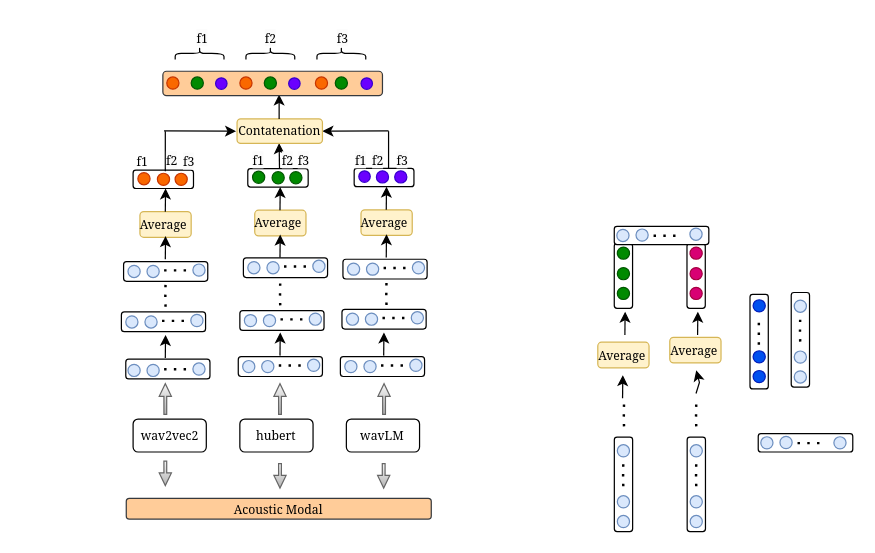
papasega/Applied-Deep-Learning keeps this draw.io diagram as Trimodal_Fluency_sslmodel.drawio. Above is the earlier version. Source tidied: cells renumbered, new cells numbered last; positions are measured from the earlier drawing's top-left corner, leaving out a move shared by most shapes. Both pictures are drawn from the tidied source at 122%, with x=0, y=0 at pixel (121, 21). Pictures stored in the file or linked from it are replaced by grey dashed boxes.
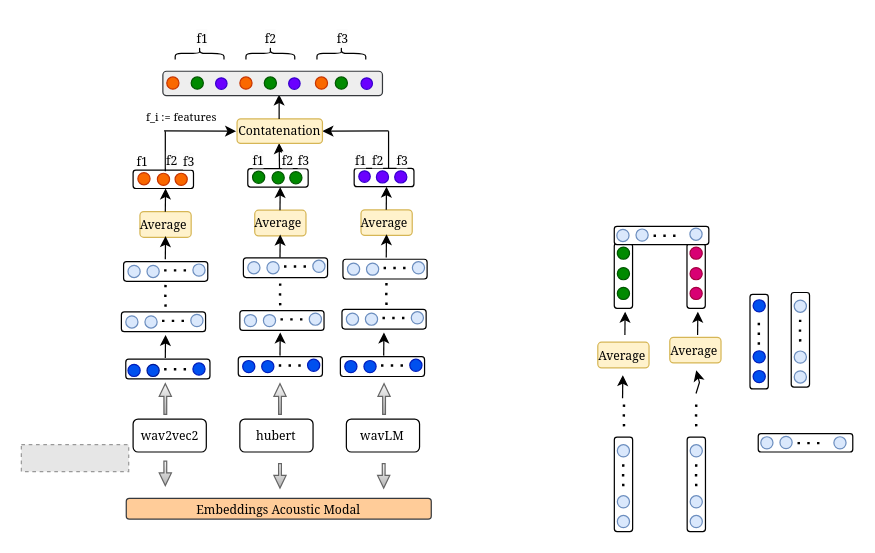
Above is the later version.

Commit message:
Mettre à jour Trimodal_Fluency_sslmodel.drawio

Diff of the diagram source:
```diff
@@
-    <mxCell id="26" value="&lt;font style=&quot;font-size: 10px;&quot; face=&quot;Georgia&quot;&gt;Acoustic Modal&lt;/font&gt;" style="rounded=1;whiteSpace=wrap;html=1;fillColor=#ffcc99;strokeColor=#36393d;" parent="1" vertex="1">
+    <mxCell id="26" value="&lt;font style=&quot;font-size: 10px;&quot; face=&quot;Georgia&quot;&gt;Embeddings Acoustic Modal&lt;/font&gt;" style="rounded=1;whiteSpace=wrap;html=1;fillColor=#ffcc99;strokeColor=#36393d;" parent="1" vertex="1">
       <mxGeometry x="4" y="391" width="250" height="17" as="geometry" />
     </mxCell>
@@
-    <mxCell id="116" style="ellipse;whiteSpace=wrap;html=1;fillColor=#dae8fc;strokeColor=#6c8ebf;" parent="1" vertex="1">
+    <mxCell id="116" style="ellipse;whiteSpace=wrap;html=1;fillColor=#0050ef;strokeColor=#001DBC;fontColor=#ffffff;" parent="1" vertex="1">
       <mxGeometry x="58.6" y="280" width="10" height="10" as="geometry" />
     </mxCell>
-    <mxCell id="117" style="ellipse;whiteSpace=wrap;html=1;fillColor=#dae8fc;strokeColor=#6c8ebf;" parent="1" vertex="1">
+    <mxCell id="117" style="ellipse;whiteSpace=wrap;html=1;fillColor=#0050ef;strokeColor=#001794;fontColor=#ffffff;" parent="1" vertex="1">
       <mxGeometry x="21" y="281.1" width="10" height="10" as="geometry" />
     </mxCell>
-    <mxCell id="118" style="ellipse;whiteSpace=wrap;html=1;fillColor=#dae8fc;strokeColor=#6c8ebf;" parent="1" vertex="1">
+    <mxCell id="118" style="ellipse;whiteSpace=wrap;html=1;fillColor=#0050ef;strokeColor=#001DBC;fontColor=#ffffff;" parent="1" vertex="1">
       <mxGeometry x="5.4" y="281.1" width="10" height="10" as="geometry" />
     </mxCell>
@@
-    <mxCell id="121" style="ellipse;whiteSpace=wrap;html=1;fillColor=#dae8fc;strokeColor=#6c8ebf;" parent="1" vertex="1">
+    <mxCell id="121" style="ellipse;whiteSpace=wrap;html=1;fillColor=#0050ef;strokeColor=#001DBC;fontColor=#ffffff;" parent="1" vertex="1">
       <mxGeometry x="152.6" y="276.9" width="10" height="10" as="geometry" />
     </mxCell>
-    <mxCell id="122" style="ellipse;whiteSpace=wrap;html=1;fillColor=#dae8fc;strokeColor=#6c8ebf;" parent="1" vertex="1">
+    <mxCell id="122" style="ellipse;whiteSpace=wrap;html=1;fillColor=#0050ef;strokeColor=#001DBC;fontColor=#ffffff;" parent="1" vertex="1">
       <mxGeometry x="115" y="278" width="10" height="10" as="geometry" />
     </mxCell>
-    <mxCell id="123" style="ellipse;whiteSpace=wrap;html=1;fillColor=#dae8fc;strokeColor=#6c8ebf;" parent="1" vertex="1">
+    <mxCell id="123" style="ellipse;whiteSpace=wrap;html=1;fillColor=#0050ef;strokeColor=#001DBC;fontColor=#ffffff;" parent="1" vertex="1">
       <mxGeometry x="99.4" y="278" width="10" height="10" as="geometry" />
     </mxCell>
@@
-    <mxCell id="126" style="ellipse;whiteSpace=wrap;html=1;fillColor=#dae8fc;strokeColor=#6c8ebf;" parent="1" vertex="1">
+    <mxCell id="126" style="ellipse;whiteSpace=wrap;html=1;fillColor=#0050ef;strokeColor=#001DBC;fontColor=#ffffff;" parent="1" vertex="1">
       <mxGeometry x="236.4" y="276.9" width="10" height="10" as="geometry" />
     </mxCell>
-    <mxCell id="127" style="ellipse;whiteSpace=wrap;html=1;fillColor=#dae8fc;strokeColor=#6c8ebf;" parent="1" vertex="1">
+    <mxCell id="127" style="ellipse;whiteSpace=wrap;html=1;fillColor=#0050ef;strokeColor=#001DBC;fontColor=#ffffff;" parent="1" vertex="1">
       <mxGeometry x="198.8" y="278" width="10" height="10" as="geometry" />
     </mxCell>
-    <mxCell id="128" style="ellipse;whiteSpace=wrap;html=1;fillColor=#dae8fc;strokeColor=#6c8ebf;" parent="1" vertex="1">
+    <mxCell id="128" style="ellipse;whiteSpace=wrap;html=1;fillColor=#0050ef;strokeColor=#001DBC;fontColor=#ffffff;" parent="1" vertex="1">
       <mxGeometry x="183.1" y="278" width="10" height="10" as="geometry" />
     </mxCell>
@@
-    <mxCell id="137" style="rounded=1;whiteSpace=wrap;html=1;fillColor=#ffcc99;strokeColor=#36393d;" parent="1" vertex="1">
+    <mxCell id="137" style="rounded=1;whiteSpace=wrap;html=1;fillColor=#eeeeee;strokeColor=#36393d;" parent="1" vertex="1">
       <mxGeometry x="34" y="40.9" width="180" height="20" as="geometry" />
     </mxCell>
@@
+    <mxCell id="162" style="fillColor=#E6E6E6;strokeColor=#999999;dashed=1;verticalLabelPosition=bottom;labelBackgroundColor=default;verticalAlign=top;" parent="1" vertex="1">
+      <mxGeometry x="-82" y="347" width="88" height="22" as="geometry" />
+    </mxCell>
+    <mxCell id="163" value="&lt;font style=&quot;font-size: 9px;&quot; face=&quot;Georgia&quot;&gt;f_i := features&lt;/font&gt;" style="text;html=1;align=center;verticalAlign=middle;strokeColor=none;fillColor=none;" parent="1" vertex="1">
+      <mxGeometry x="12" y="65" width="74" height="26" as="geometry" />
+    </mxCell>
```
